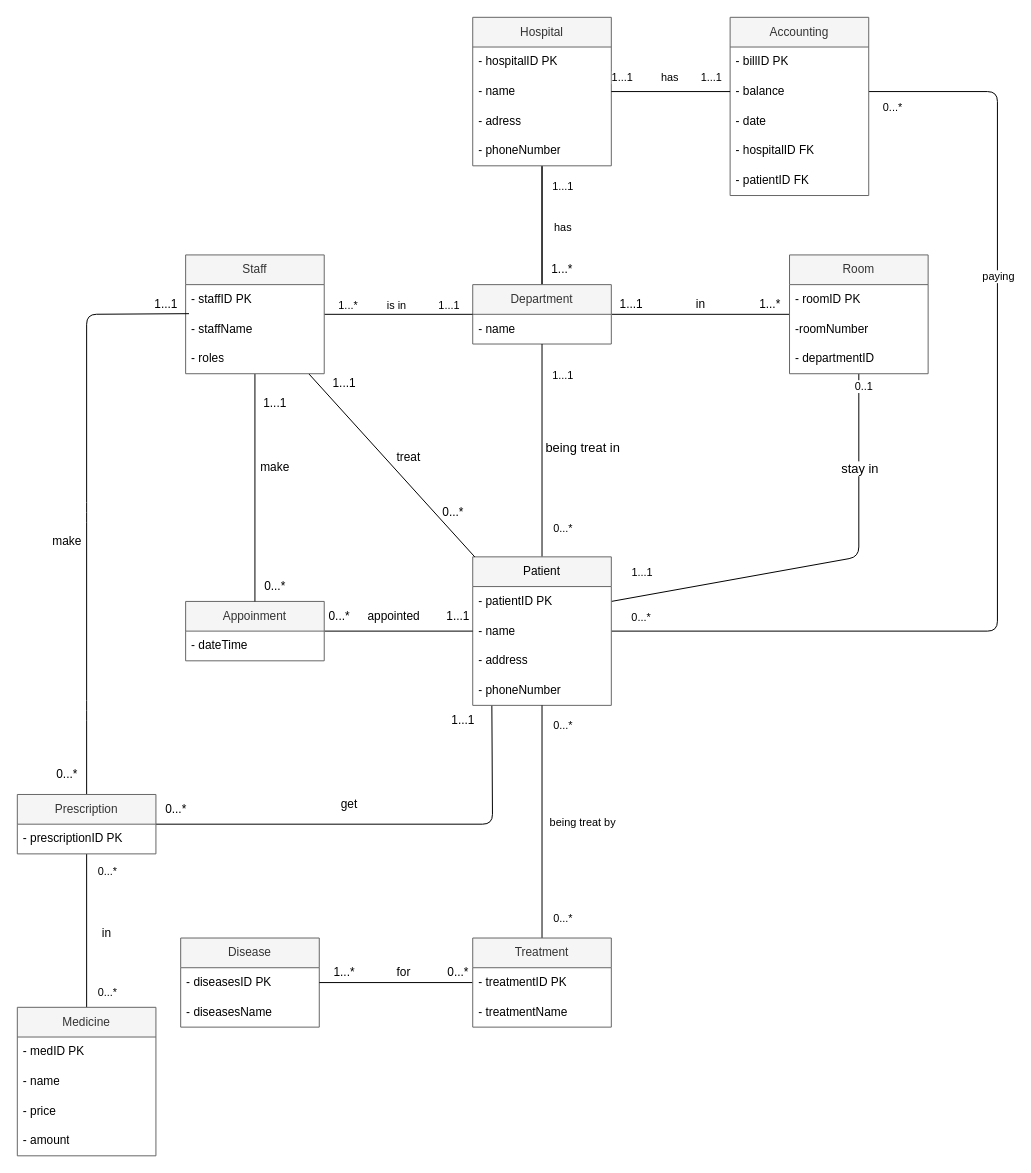
Before: page "Page-1" (1 of 2) of drawio/conceptual.drawio in ReggieReo/MaiChaiNaHH-Hospital, a draw.io diagram. Source tidied: cells renumbered, new cells numbered last; positions are measured from the earlier drawing's top-left corner, leaving out a move shared by most shapes. Both pictures are drawn from the tidied source at 99%, with x=0, y=0 at pixel (17, 17).
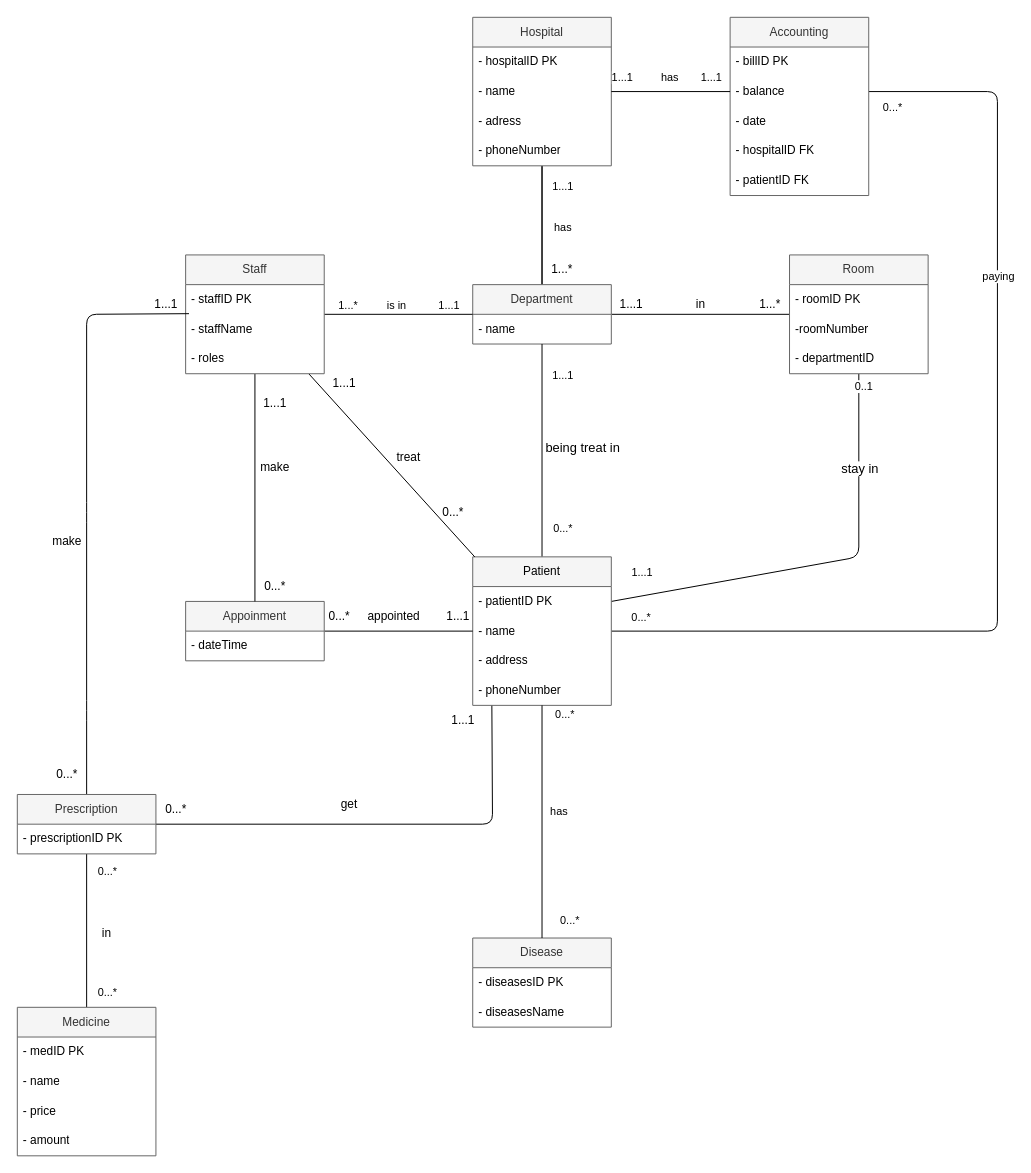
The same diagram, later.

Unchanged cells that the change refers to:
```xml
<mxCell id="28" value="&lt;span style=&quot;caret-color: rgb(0, 0, 0); color: rgb(0, 0, 0); text-align: start;&quot; id=&quot;docs-internal-guid-d8c73876-7fff-4ada-b6eb-b3c8dad0a34c&quot;&gt;&lt;p style=&quot;line-height: 1.38; margin-top: 0pt; margin-bottom: 0pt;&quot; dir=&quot;ltr&quot;&gt;&lt;span style=&quot;font-family: Arial, sans-serif; background-color: transparent; font-variant-alternates: normal; font-variant-numeric: normal; font-variant-east-asian: normal; vertical-align: baseline;&quot;&gt;&lt;font style=&quot;font-size: 12px;&quot;&gt;Patient&lt;/font&gt;&lt;/span&gt;&lt;/p&gt;&lt;/span&gt;" style="swimlane;fontStyle=0;horizontal=1;startSize=30;whiteSpace=wrap;html=1;fontColor=#333333;fillColor=#f5f5f5;strokeColor=#666666;gradientColor=none;swimlaneFillColor=#FFFFFF;" parent="1" vertex="1">
  <mxGeometry x="460" y="545" width="140" height="150" as="geometry" />
</mxCell>
<mxCell id="58" value="- diseasesID PK" style="text;strokeColor=none;fillColor=none;align=left;verticalAlign=middle;spacingLeft=4;spacingRight=4;overflow=hidden;points=[[0,0.5],[1,0.5]];portConstraint=eastwest;whiteSpace=wrap;html=1;fontColor=#000000;" parent="57" vertex="1">
  <mxGeometry y="30" width="140" height="30" as="geometry" />
</mxCell>
```

Diff of the diagram source:
```diff
@@
     <mxCell id="57" value="Disease" style="swimlane;fontStyle=0;horizontal=1;startSize=30;whiteSpace=wrap;html=1;fontColor=#333333;fillColor=#f5f5f5;strokeColor=#666666;gradientColor=none;swimlaneFillColor=#FFFFFF;" parent="1" vertex="1">
-      <mxGeometry x="165" y="930" width="140" height="90" as="geometry" />
+      <mxGeometry x="460" y="930" width="140" height="90" as="geometry" />
     </mxCell>
@@
-    <mxCell id="60" style="edgeStyle=none;html=1;endArrow=none;endFill=0;strokeColor=#000000;" parent="1" edge="1" source="66" target="28">
-      <mxGeometry relative="1" as="geometry" />
-    </mxCell>
-    <mxCell id="61" value="0...*" style="edgeLabel;html=1;align=center;verticalAlign=middle;fontSize=11;fontColor=#000000;labelBackgroundColor=#FFFFFF;" parent="60" vertex="1">
-      <mxGeometry x="0.75" relative="1" as="geometry">
-        <mxPoint x="20" y="-10" as="offset" />
-      </mxGeometry>
-    </mxCell>
-    <mxCell id="62" value="0...*" style="edgeLabel;html=1;align=center;verticalAlign=middle;fontSize=11;fontColor=#000000;labelBackgroundColor=#FFFFFF;" parent="60" vertex="1">
-      <mxGeometry x="-0.72" y="-2" relative="1" as="geometry">
-        <mxPoint x="18" y="12" as="offset" />
-      </mxGeometry>
-    </mxCell>
-    <mxCell id="63" style="edgeLabel;html=1;align=center;verticalAlign=middle;fontSize=11;" parent="60" vertex="1">
-      <mxGeometry x="-0.05" y="-2" relative="1" as="geometry" />
-    </mxCell>
-    <mxCell id="64" value="being treat by" style="edgeLabel;html=1;align=center;verticalAlign=middle;fontSize=11;fontColor=#000000;labelBackgroundColor=#FFFFFF;" parent="60" vertex="1">
-      <mxGeometry y="-1" relative="1" as="geometry">
-        <mxPoint x="39" as="offset" />
-      </mxGeometry>
-    </mxCell>
-    <mxCell id="65" style="edgeStyle=none;html=1;entryX=1;entryY=0.5;entryDx=0;entryDy=0;endArrow=none;endFill=0;strokeColor=#000000;" parent="1" edge="1" source="66" target="58">
-      <mxGeometry relative="1" as="geometry" />
-    </mxCell>
-    <mxCell id="66" value="Treatment" style="swimlane;fontStyle=0;horizontal=1;startSize=30;whiteSpace=wrap;html=1;fontColor=#333333;fillColor=#f5f5f5;strokeColor=#666666;gradientColor=none;swimlaneFillColor=#FFFFFF;" parent="1" vertex="1">
-      <mxGeometry x="460" y="930" width="140" height="90" as="geometry" />
-    </mxCell>
-    <mxCell id="67" value="- treatmentID PK" style="text;strokeColor=none;fillColor=none;align=left;verticalAlign=middle;spacingLeft=4;spacingRight=4;overflow=hidden;whiteSpace=wrap;html=1;fontColor=#000000;" parent="66" vertex="1">
-      <mxGeometry y="30" width="140" height="30" as="geometry" />
-    </mxCell>
-    <mxCell id="68" value="- treatmentName" style="text;strokeColor=none;fillColor=none;align=left;verticalAlign=middle;spacingLeft=4;spacingRight=4;overflow=hidden;whiteSpace=wrap;html=1;fontColor=#000000;" parent="66" vertex="1">
-      <mxGeometry y="60" width="140" height="30" as="geometry" />
-    </mxCell>
@@
-    <mxCell id="96" value="1...*" style="text;html=1;align=center;verticalAlign=middle;strokeColor=none;fillColor=none;fontColor=#000000;" parent="1" vertex="1">
-      <mxGeometry x="310" y="950" width="40" height="30" as="geometry" />
-    </mxCell>
-    <mxCell id="97" value="0...*" style="text;html=1;align=center;verticalAlign=middle;strokeColor=none;fillColor=none;fontColor=#000000;" parent="1" vertex="1">
-      <mxGeometry x="425" y="950" width="40" height="30" as="geometry" />
-    </mxCell>
-    <mxCell id="98" value="for" style="text;html=1;align=center;verticalAlign=middle;strokeColor=none;fillColor=none;fontColor=#000000;labelBackgroundColor=#FFFFFF;" parent="1" vertex="1">
-      <mxGeometry x="370" y="950" width="40" height="30" as="geometry" />
-    </mxCell>
@@
+    <mxCell id="105" style="edgeStyle=none;html=1;endArrow=none;endFill=0;" parent="1" edge="1" source="28" target="57">
+      <mxGeometry relative="1" as="geometry" />
+    </mxCell>
+    <mxCell id="106" value="0...*" style="edgeLabel;html=1;align=center;verticalAlign=middle;" parent="105" vertex="1">
+      <mxGeometry x="-0.93" relative="1" as="geometry">
+        <mxPoint x="22" as="offset" />
+      </mxGeometry>
+    </mxCell>
+    <mxCell id="107" value="0...*" style="edgeLabel;html=1;align=center;verticalAlign=middle;" parent="105" vertex="1">
+      <mxGeometry x="0.84" y="2" relative="1" as="geometry">
+        <mxPoint x="25" as="offset" />
+      </mxGeometry>
+    </mxCell>
+    <mxCell id="108" value="has" style="edgeLabel;html=1;align=center;verticalAlign=middle;" parent="105" vertex="1">
+      <mxGeometry x="-0.02" y="-1" relative="1" as="geometry">
+        <mxPoint x="17" y="-9" as="offset" />
+      </mxGeometry>
+    </mxCell>
```
